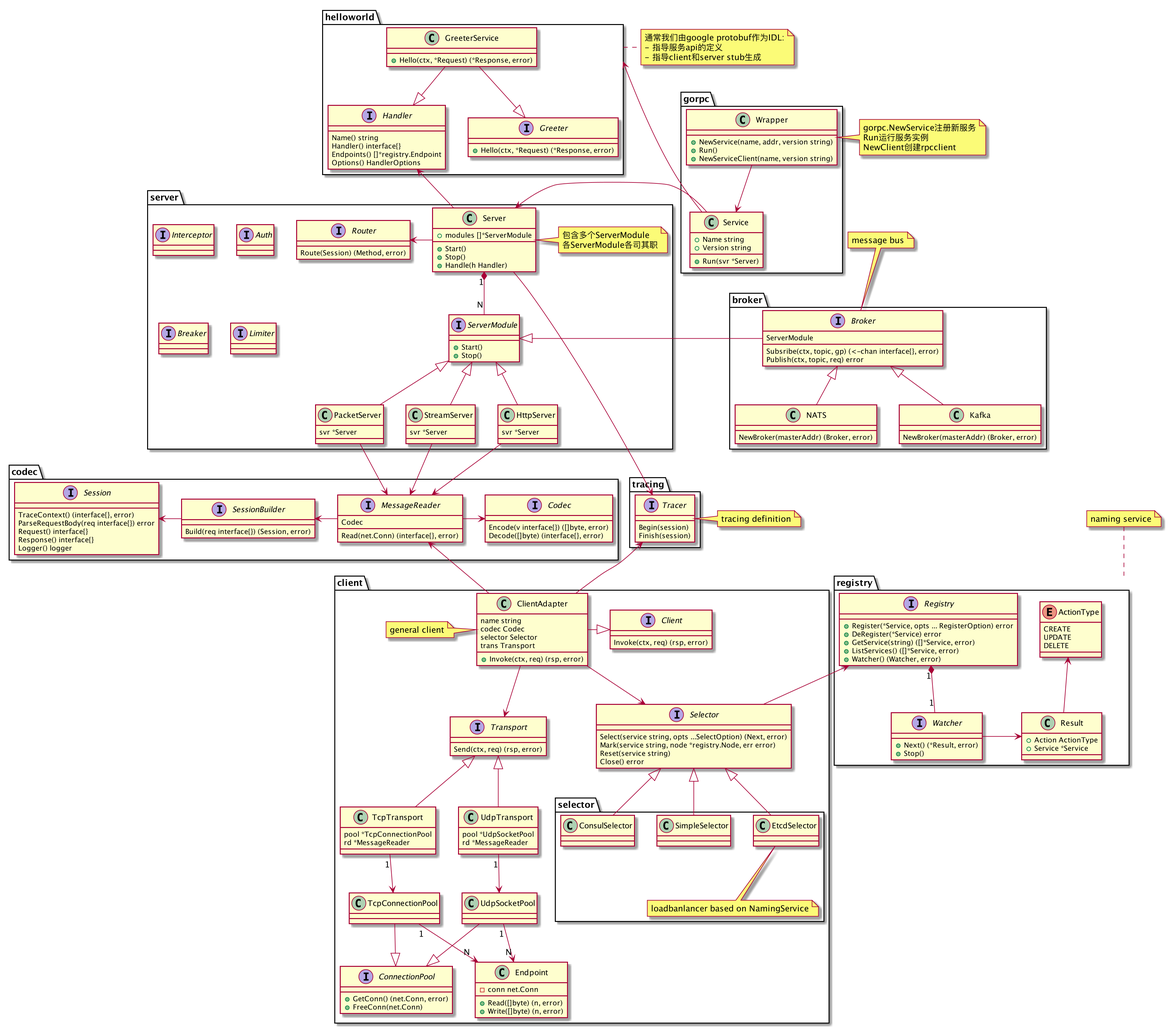
hitzhangjie/gorpc keeps this PlantUML diagram as doc/arch.png. Above is the earlier version.
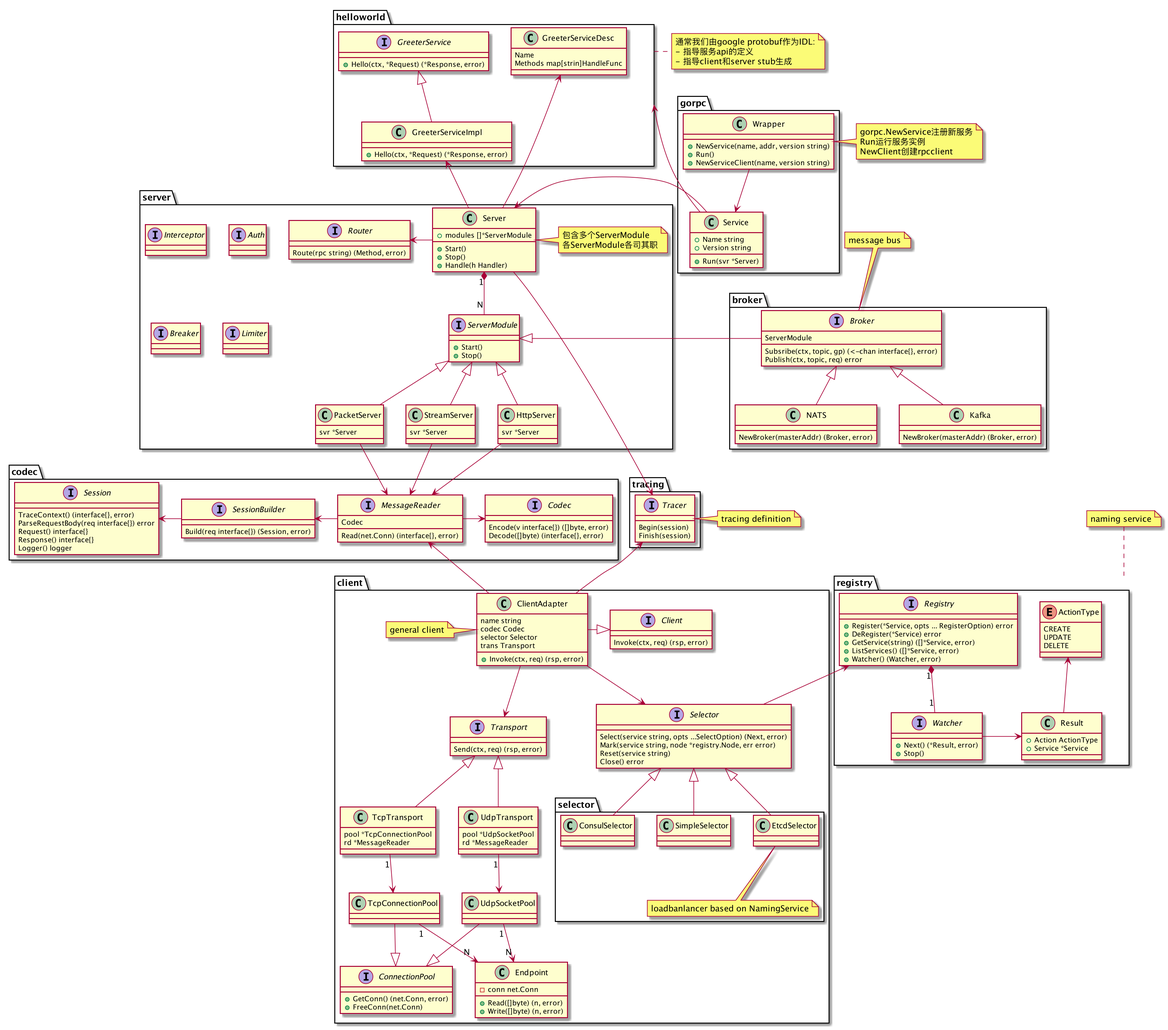
After the commit.

Commit message:
refactor: redesign the router, redraw the arch

Diff of the diagram source:
```diff
@@ -2,15 +2,19 @@
 
 package "helloworld" {
 
-    interface Greeter {
+    interface GreeterService {
         +Hello(ctx, *Request) (*Response, error)
     }
 
-    class GreeterService {
+    class GreeterServiceImpl {
         +Hello(ctx, *Request) (*Response, error)
     }
-    GreeterService --|> Greeter
-    GreeterService --|> Handler
+    GreeterServiceImpl -up-|> GreeterService
+
+    class GreeterServiceDesc {
+        Name
+        Methods map[strin]HandleFunc
+    }
 }
 note right of helloworld
     通常我们由google protobuf作为IDL:
@@ -54,16 +58,12 @@
     }
     HttpServer -up-|> ServerModule
 
-    interface Handler {
-    	Name() string
-    	Handler() interface{}
-    	Endpoints() []*registry.Endpoint
-    	Options() HandlerOptions
-    }
-    Server -up-> Handler
+    Server -up-> GreeterServiceImpl
+
+    Server -up-> GreeterServiceDesc
 
     interface Router {
-        Route(Session) (Method, error)
+        Route(rpc string) (Method, error)
     }
     Server -left-> Router
 
@@ -141,8 +141,6 @@
 note top of registry
 naming service
 end note
-
-
 
 package "client" {
 
```
